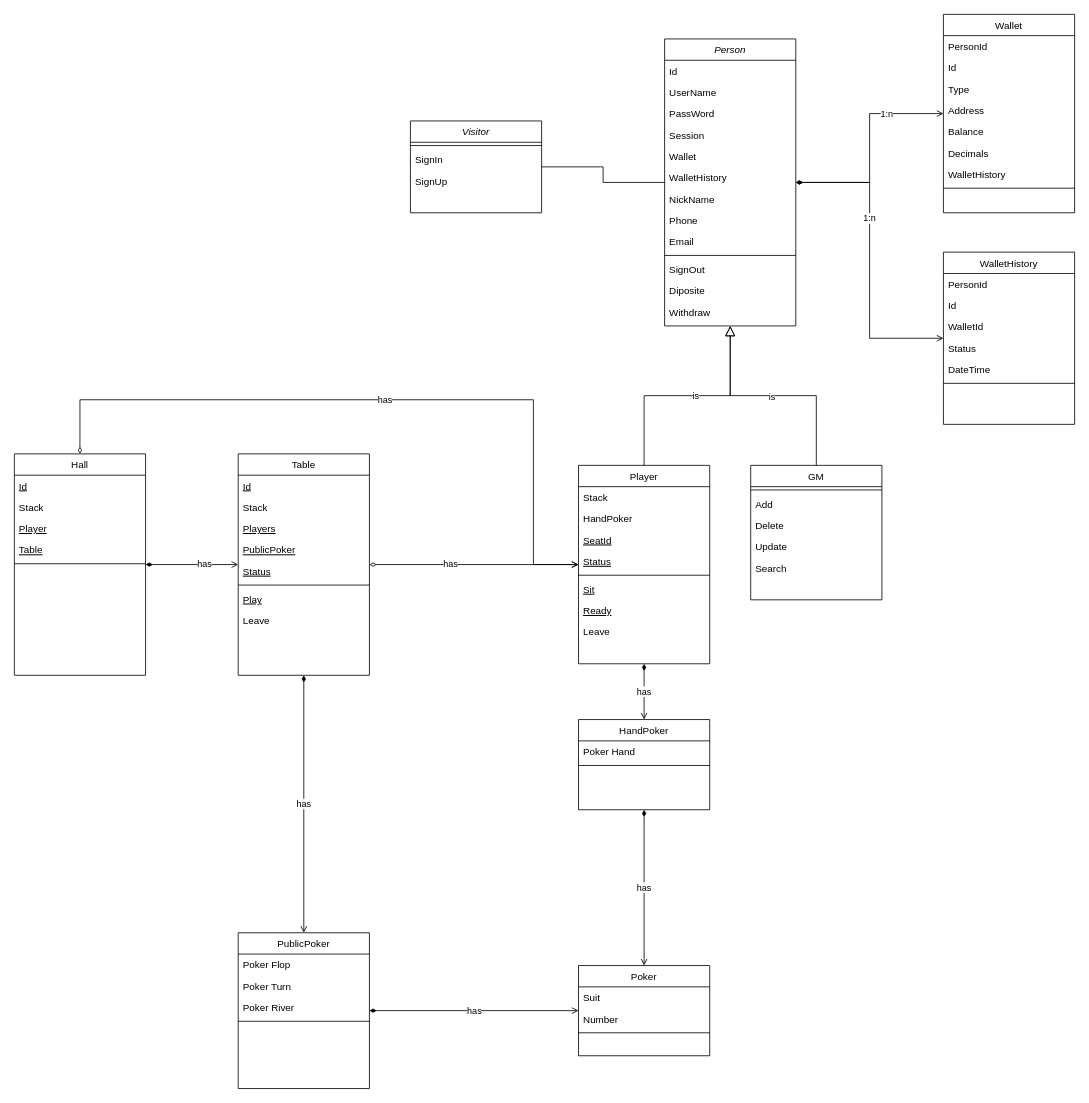
Above: P/Casino.drawio in qxyanda/UML (draw.io), before the change. Source tidied: cells renumbered, new cells numbered last; positions are measured from the earlier drawing's top-left corner, leaving out a move shared by most shapes. Both pictures are drawn from the tidied source at 82%, with x=0, y=0 at pixel (14, 14).
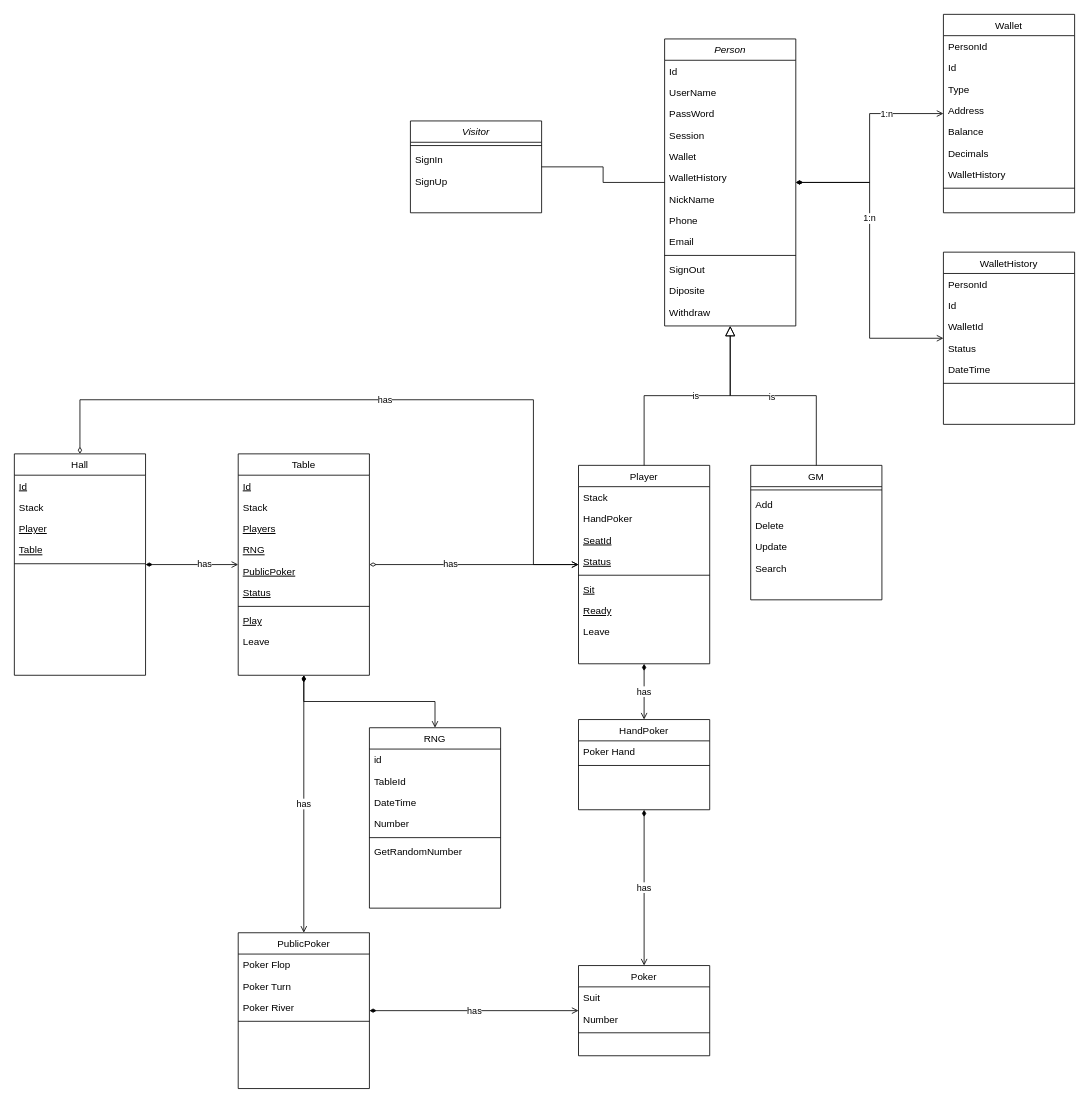
The same page after the edit.

Unchanged cells that the change refers to:
```xml
<mxCell id="60" value="Table" style="swimlane;fontStyle=0;align=center;verticalAlign=top;horizontal=1;startSize=26;rounded=0;shadow=0;strokeWidth=1;" parent="1" vertex="1">
  <mxGeometry x="273" y="536" width="160" height="270" as="geometry" />
</mxCell>
```

Change to the diagram source:
```diff
@@
+    <mxCell id="96" style="edgeStyle=orthogonalEdgeStyle;rounded=0;jettySize=auto;html=1;endArrow=open;endFill=0;startArrow=diamondThin;startFill=1;" parent="1" edge="1" source="60" target="98">
+      <mxGeometry relative="1" as="geometry" />
+    </mxCell>
@@
+    <mxCell id="97" value="RNG" style="text;align=left;verticalAlign=top;spacingLeft=4;spacingRight=4;overflow=hidden;fontStyle=4;" parent="60" vertex="1">
+      <mxGeometry y="104" width="160" height="26" as="geometry" />
+    </mxCell>
     <mxCell id="64" value="PublicPoker" style="text;align=left;verticalAlign=top;spacingLeft=4;spacingRight=4;overflow=hidden;fontStyle=4;" parent="60" vertex="1">
-      <mxGeometry y="104" width="160" height="26" as="geometry" />
+      <mxGeometry y="130" width="160" height="26" as="geometry" />
     </mxCell>
     <mxCell id="65" value="Status" style="text;align=left;verticalAlign=top;spacingLeft=4;spacingRight=4;overflow=hidden;fontStyle=4;" parent="60" vertex="1">
-      <mxGeometry y="130" width="160" height="26" as="geometry" />
+      <mxGeometry y="156" width="160" height="26" as="geometry" />
     </mxCell>
     <mxCell id="66" style="line;html=1;strokeWidth=1;align=left;verticalAlign=middle;spacingTop=-1;spacingLeft=3;spacingRight=3;labelPosition=right;" parent="60" vertex="1">
-      <mxGeometry y="156" width="160" height="8" as="geometry" />
+      <mxGeometry y="182" width="160" height="8" as="geometry" />
     </mxCell>
     <mxCell id="67" value="Play" style="text;align=left;verticalAlign=top;spacingLeft=4;spacingRight=4;overflow=hidden;fontStyle=4;" parent="60" vertex="1">
-      <mxGeometry y="164" width="160" height="26" as="geometry" />
+      <mxGeometry y="190" width="160" height="26" as="geometry" />
     </mxCell>
     <mxCell id="68" value="Leave" style="text;align=left;verticalAlign=top;spacingLeft=4;spacingRight=4;overflow=hidden;" parent="60" vertex="1">
-      <mxGeometry y="190" width="160" height="26" as="geometry" />
+      <mxGeometry y="216" width="160" height="26" as="geometry" />
     </mxCell>
@@
+    <mxCell id="98" value="RNG" style="swimlane;fontStyle=0;align=center;verticalAlign=top;horizontal=1;startSize=26;rounded=0;shadow=0;strokeWidth=1;" parent="1" vertex="1">
+      <mxGeometry x="433" y="870" width="160" height="220" as="geometry" />
+    </mxCell>
+    <mxCell id="99" value="id" style="text;align=left;verticalAlign=top;spacingLeft=4;spacingRight=4;overflow=hidden;" parent="98" vertex="1">
+      <mxGeometry y="26" width="160" height="26" as="geometry" />
+    </mxCell>
+    <mxCell id="100" value="TableId" style="text;align=left;verticalAlign=top;spacingLeft=4;spacingRight=4;overflow=hidden;" parent="98" vertex="1">
+      <mxGeometry y="52" width="160" height="26" as="geometry" />
+    </mxCell>
+    <mxCell id="101" value="DateTime" style="text;align=left;verticalAlign=top;spacingLeft=4;spacingRight=4;overflow=hidden;" parent="98" vertex="1">
+      <mxGeometry y="78" width="160" height="26" as="geometry" />
+    </mxCell>
+    <mxCell id="102" value="Number" style="text;align=left;verticalAlign=top;spacingLeft=4;spacingRight=4;overflow=hidden;" parent="98" vertex="1">
+      <mxGeometry y="104" width="160" height="26" as="geometry" />
+    </mxCell>
+    <mxCell id="103" style="line;html=1;strokeWidth=1;align=left;verticalAlign=middle;spacingTop=-1;spacingLeft=3;spacingRight=3;labelPosition=right;" parent="98" vertex="1">
+      <mxGeometry y="130" width="160" height="8" as="geometry" />
+    </mxCell>
+    <mxCell id="104" value="GetRandomNumber" style="text;align=left;verticalAlign=top;spacingLeft=4;spacingRight=4;overflow=hidden;" parent="98" vertex="1">
+      <mxGeometry y="138" width="160" height="26" as="geometry" />
+    </mxCell>
```
